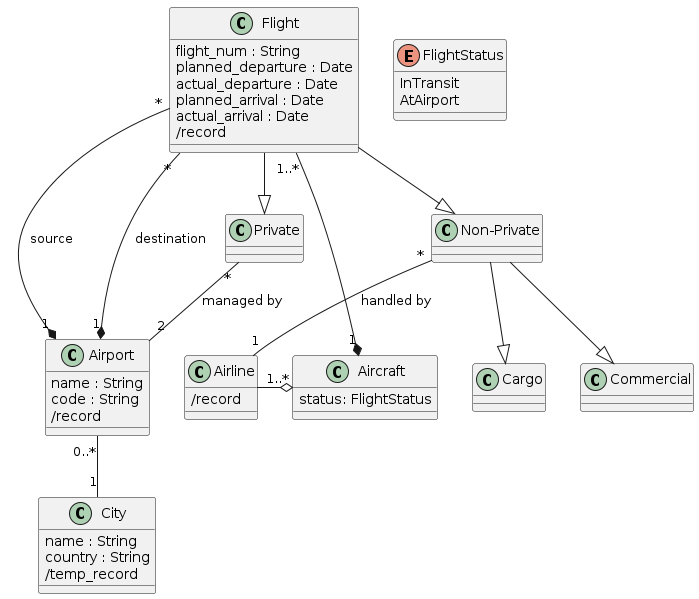
The PlantUML diagram Lab1/diagrams/out/flight_record_system/flight_record_system.png in NathanGrenier/SOEN-342, before a commit. The source it was exported from:
```plantuml
@startuml flight_record_system
scale 1
class Flight {
  flight_num : String
  planned_departure : Date
  actual_departure : Date
  planned_arrival : Date
  actual_arrival : Date
  /record
}

class Private
class Non_Private as "Non-Private"

class Cargo
class Commercial

class Airport {
  name : String
  code : String
  /record
}

class City {
  name : String
  country : String
  /temp_record
}

class Aircraft {
  status: FlightStatus
}

enum FlightStatus {
  InTransit
  AtAirport
}

class Airline {
  /record
}


Flight --|> Private
Flight --|> Non_Private

Non_Private --|> Cargo
Non_Private --|> Commercial
Non_Private "*" -- "1" Airline : handled by

Flight "*" -* "1" Airport : source
Flight "*" -* "1" Airport : destination
Flight "1..*" -* "1" Aircraft

Airport "0..*" -- "1" City

Airline "1" -o "1..*" Aircraft

Private "*" -- "2" Airport : managed by

@enduml
```
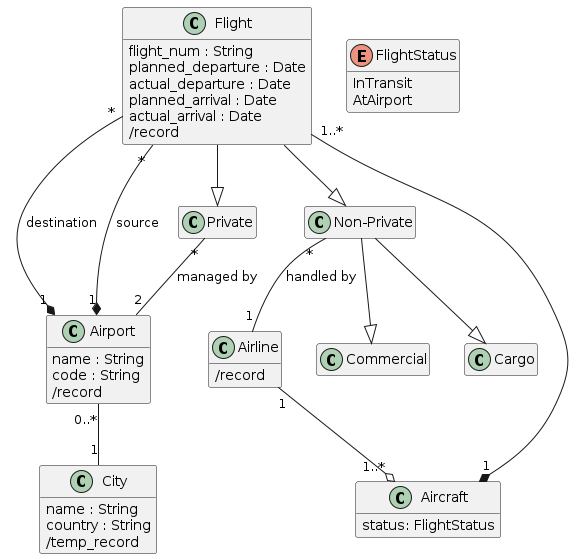
After the commit.

Commit message:
changed formatting ans style of lab i diagram

Change to the diagram source:
```diff
@@ -1,5 +1,7 @@
 @startuml flight_record_system
 scale 1
+hide empty members
+
 class Flight {
   flight_num : String
   planned_departure : Date
@@ -54,7 +56,7 @@
 
 Airport "0..*" -- "1" City
 
-Airline "1" -o "1..*" Aircraft
+Airline "1" --o "1..*" Aircraft
 
 Private "*" -- "2" Airport : managed by
 
```
